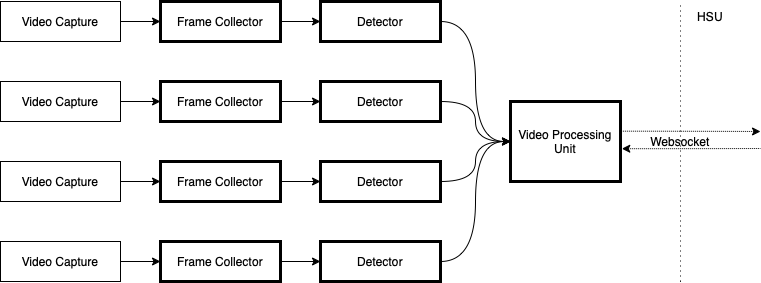
Above: imgs/VPU.png in charles-eyes-ba/video-processing-unit (draw.io), before the change. Source tidied: cells renumbered, new cells last; positions are measured from the earlier drawing's top-left corner, leaving out a move shared by most shapes.
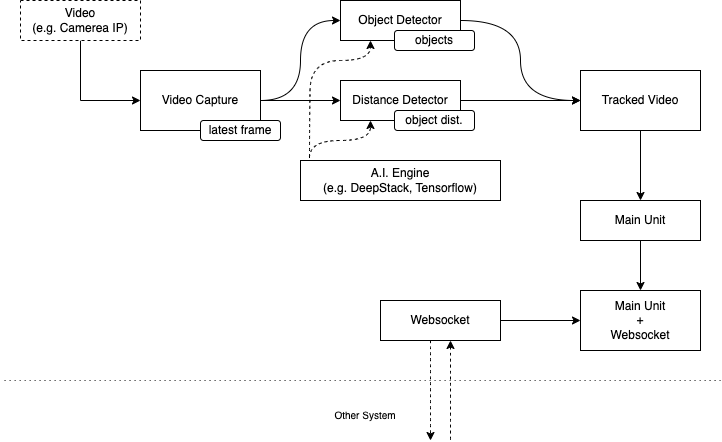
The same diagram one commit later.

Change to the diagram source:
```diff
@@ -2,102 +2,104 @@
   <root>
     <mxCell id="0" />
     <mxCell id="1" parent="0" />
-    <mxCell id="2" style="edgeStyle=orthogonalEdgeStyle;rounded=0;jettySize=auto;html=1;entryX=0;entryY=0.5;entryDx=0;entryDy=0;" parent="1" edge="1" source="3" target="25">
-      <mxGeometry relative="1" as="geometry" />
-    </mxCell>
-    <mxCell id="3" value="Video Capture" style="rounded=0;whiteSpace=wrap;html=1;" parent="1" vertex="1">
-      <mxGeometry width="120" height="40" as="geometry" />
-    </mxCell>
-    <mxCell id="4" style="edgeStyle=orthogonalEdgeStyle;curved=1;rounded=0;jettySize=auto;html=1;entryX=0;entryY=0.5;entryDx=0;entryDy=0;" parent="1" edge="1" source="5" target="20">
-      <mxGeometry relative="1" as="geometry" />
-    </mxCell>
-    <mxCell id="5" value="Detector" style="rounded=0;whiteSpace=wrap;html=1;strokeWidth=3;" parent="1" vertex="1">
-      <mxGeometry x="320" width="120" height="40" as="geometry" />
-    </mxCell>
-    <mxCell id="6" style="edgeStyle=orthogonalEdgeStyle;rounded=0;jettySize=auto;html=1;entryX=0;entryY=0.5;entryDx=0;entryDy=0;" parent="1" edge="1" source="7" target="27">
-      <mxGeometry relative="1" as="geometry" />
-    </mxCell>
-    <mxCell id="7" value="Video Capture" style="rounded=0;whiteSpace=wrap;html=1;" parent="1" vertex="1">
-      <mxGeometry y="80" width="120" height="40" as="geometry" />
-    </mxCell>
-    <mxCell id="8" style="edgeStyle=orthogonalEdgeStyle;curved=1;rounded=0;jettySize=auto;html=1;entryX=0;entryY=0.5;entryDx=0;entryDy=0;" parent="1" edge="1" source="9" target="20">
-      <mxGeometry relative="1" as="geometry" />
-    </mxCell>
-    <mxCell id="9" value="Detector" style="rounded=0;whiteSpace=wrap;html=1;strokeWidth=3;" parent="1" vertex="1">
-      <mxGeometry x="320" y="80" width="120" height="40" as="geometry" />
-    </mxCell>
-    <mxCell id="10" style="edgeStyle=orthogonalEdgeStyle;rounded=0;jettySize=auto;html=1;entryX=0;entryY=0.5;entryDx=0;entryDy=0;" parent="1" edge="1" source="11" target="31">
-      <mxGeometry relative="1" as="geometry" />
-    </mxCell>
-    <mxCell id="11" value="Video Capture" style="rounded=0;whiteSpace=wrap;html=1;" parent="1" vertex="1">
-      <mxGeometry y="160" width="120" height="40" as="geometry" />
-    </mxCell>
-    <mxCell id="12" style="edgeStyle=orthogonalEdgeStyle;curved=1;rounded=0;jettySize=auto;html=1;entryX=0;entryY=0.5;entryDx=0;entryDy=0;" parent="1" edge="1" source="13" target="20">
-      <mxGeometry relative="1" as="geometry" />
-    </mxCell>
-    <mxCell id="13" value="Detector" style="rounded=0;whiteSpace=wrap;html=1;strokeWidth=3;" parent="1" vertex="1">
-      <mxGeometry x="320" y="160" width="120" height="40" as="geometry" />
-    </mxCell>
-    <mxCell id="14" style="edgeStyle=orthogonalEdgeStyle;rounded=0;jettySize=auto;html=1;entryX=0;entryY=0.5;entryDx=0;entryDy=0;" parent="1" edge="1" source="15" target="29">
-      <mxGeometry relative="1" as="geometry" />
-    </mxCell>
-    <mxCell id="15" value="Video Capture" style="rounded=0;whiteSpace=wrap;html=1;" parent="1" vertex="1">
-      <mxGeometry y="240" width="120" height="40" as="geometry" />
-    </mxCell>
-    <mxCell id="16" style="edgeStyle=orthogonalEdgeStyle;curved=1;rounded=0;jettySize=auto;html=1;entryX=0;entryY=0.5;entryDx=0;entryDy=0;" parent="1" edge="1" source="17" target="20">
-      <mxGeometry relative="1" as="geometry" />
-    </mxCell>
-    <mxCell id="17" value="Detector" style="rounded=0;whiteSpace=wrap;html=1;strokeWidth=3;" parent="1" vertex="1">
-      <mxGeometry x="320" y="240" width="120" height="40" as="geometry" />
-    </mxCell>
-    <mxCell id="18" style="edgeStyle=orthogonalEdgeStyle;curved=1;rounded=0;jettySize=auto;html=1;exitX=1.003;exitY=0.371;exitDx=0;exitDy=0;exitPerimeter=0;dashed=1;dashPattern=1 1;" parent="1" edge="1" source="20">
-      <mxGeometry relative="1" as="geometry">
-        <mxPoint x="760" y="130" as="targetPoint" />
-      </mxGeometry>
-    </mxCell>
-    <mxCell id="19" style="edgeStyle=orthogonalEdgeStyle;curved=1;rounded=0;jettySize=auto;html=1;exitX=1.012;exitY=0.59;exitDx=0;exitDy=0;exitPerimeter=0;endArrow=none;endFill=0;startArrow=classic;startFill=1;dashed=1;dashPattern=1 1;" parent="1" edge="1" source="20">
-      <mxGeometry relative="1" as="geometry">
-        <mxPoint x="760" y="147" as="targetPoint" />
-      </mxGeometry>
-    </mxCell>
-    <mxCell id="20" value="Video Processing Unit" style="rounded=0;whiteSpace=wrap;html=1;strokeWidth=3;" parent="1" vertex="1">
-      <mxGeometry x="510" y="100" width="110" height="80" as="geometry" />
-    </mxCell>
-    <mxCell id="21" style="endArrow=none;dashed=1;html=1;rounded=0;curved=1;dashPattern=1 4;" parent="1" edge="1">
-      <mxGeometry relative="1" as="geometry">
-        <mxPoint x="680" y="280" as="sourcePoint" />
-        <mxPoint x="680" as="targetPoint" />
-      </mxGeometry>
-    </mxCell>
-    <mxCell id="22" value="HSU" style="text;html=1;strokeColor=none;fillColor=none;align=center;verticalAlign=middle;whiteSpace=wrap;rounded=0;" parent="1" vertex="1">
-      <mxGeometry x="680" width="60" height="30" as="geometry" />
-    </mxCell>
+    <mxCell id="32" style="edgeStyle=orthogonalEdgeStyle;rounded=0;jettySize=auto;html=1;entryX=0;entryY=0.5;entryDx=0;entryDy=0;exitX=0.5;exitY=1;exitDx=0;exitDy=0;" parent="1" edge="1" source="33" target="36">
+      <mxGeometry relative="1" as="geometry" />
+    </mxCell>
+    <mxCell id="33" value="Video&lt;br&gt;(e.g. Camerea IP)" style="rounded=0;whiteSpace=wrap;html=1;dashed=1;" parent="1" vertex="1">
+      <mxGeometry x="290" y="-167.5" width="120" height="40" as="geometry" />
+    </mxCell>
+    <mxCell id="34" style="edgeStyle=orthogonalEdgeStyle;rounded=0;jettySize=auto;html=1;entryX=0;entryY=0.5;entryDx=0;entryDy=0;curved=1;" parent="1" edge="1" source="36" target="39">
+      <mxGeometry relative="1" as="geometry" />
+    </mxCell>
+    <mxCell id="35" style="edgeStyle=orthogonalEdgeStyle;curved=1;rounded=0;jettySize=auto;html=1;entryX=0;entryY=0.5;entryDx=0;entryDy=0;" parent="1" edge="1" source="36" target="41">
+      <mxGeometry relative="1" as="geometry" />
+    </mxCell>
+    <mxCell id="36" value="Video Capture" style="rounded=0;whiteSpace=wrap;html=1;" parent="1" vertex="1">
+      <mxGeometry x="410" y="-97.5" width="120" height="60" as="geometry" />
+    </mxCell>
+    <mxCell id="37" value="latest frame" style="rounded=1;whiteSpace=wrap;html=1;" parent="1" vertex="1">
+      <mxGeometry x="470" y="-47.5" width="80" height="20" as="geometry" />
+    </mxCell>
+    <mxCell id="38" style="edgeStyle=orthogonalEdgeStyle;curved=1;rounded=0;jettySize=auto;html=1;entryX=0;entryY=0.5;entryDx=0;entryDy=0;" parent="1" edge="1" source="39" target="43">
+      <mxGeometry relative="1" as="geometry" />
+    </mxCell>
+    <mxCell id="39" value="Object Detector" style="rounded=0;whiteSpace=wrap;html=1;" parent="1" vertex="1">
+      <mxGeometry x="610" y="-167.5" width="120" height="40" as="geometry" />
+    </mxCell>
+    <mxCell id="40" style="edgeStyle=orthogonalEdgeStyle;curved=1;rounded=0;jettySize=auto;html=1;entryX=0;entryY=0.5;entryDx=0;entryDy=0;" parent="1" edge="1" source="41" target="43">
+      <mxGeometry relative="1" as="geometry" />
+    </mxCell>
+    <mxCell id="41" value="Distance Detector" style="rounded=0;whiteSpace=wrap;html=1;" parent="1" vertex="1">
+      <mxGeometry x="610" y="-87.5" width="120" height="40" as="geometry" />
+    </mxCell>
+    <mxCell id="42" style="edgeStyle=orthogonalEdgeStyle;curved=1;rounded=0;jettySize=auto;html=1;entryX=0.5;entryY=0;entryDx=0;entryDy=0;" parent="1" edge="1" source="43" target="50">
+      <mxGeometry relative="1" as="geometry" />
+    </mxCell>
+    <mxCell id="43" value="Tracked Video" style="rounded=0;whiteSpace=wrap;html=1;" parent="1" vertex="1">
+      <mxGeometry x="850" y="-97.5" width="120" height="60" as="geometry" />
+    </mxCell>
+    <mxCell id="44" style="edgeStyle=orthogonalEdgeStyle;curved=1;rounded=0;jettySize=auto;html=1;entryX=0.25;entryY=1;entryDx=0;entryDy=0;exitX=0.045;exitY=-0.062;exitDx=0;exitDy=0;exitPerimeter=0;dashed=1;" parent="1" edge="1" source="46" target="41">
+      <mxGeometry relative="1" as="geometry" />
+    </mxCell>
+    <mxCell id="45" style="edgeStyle=orthogonalEdgeStyle;curved=1;rounded=0;jettySize=auto;html=1;entryX=0.25;entryY=1;entryDx=0;entryDy=0;exitX=0.045;exitY=-0.081;exitDx=0;exitDy=0;exitPerimeter=0;dashed=1;" parent="1" edge="1" source="46" target="39">
+      <mxGeometry relative="1" as="geometry">
+        <Array as="points">
+          <mxPoint x="579" y="-47.5" />
+          <mxPoint x="580" y="-47.5" />
+          <mxPoint x="580" y="-107.5" />
+          <mxPoint x="640" y="-107.5" />
+        </Array>
+      </mxGeometry>
+    </mxCell>
+    <mxCell id="46" value="A.I. Engine&lt;br&gt;(e.g. DeepStack, Tensorflow)" style="rounded=0;whiteSpace=wrap;html=1;" parent="1" vertex="1">
+      <mxGeometry x="570" y="-7.5" width="200" height="40" as="geometry" />
+    </mxCell>
+    <mxCell id="47" value="objects" style="rounded=1;whiteSpace=wrap;html=1;" parent="1" vertex="1">
+      <mxGeometry x="664" y="-137.5" width="80" height="20" as="geometry" />
+    </mxCell>
+    <mxCell id="48" value="object dist." style="rounded=1;whiteSpace=wrap;html=1;" parent="1" vertex="1">
+      <mxGeometry x="664" y="-57.5" width="80" height="20" as="geometry" />
+    </mxCell>
+    <mxCell id="49" style="edgeStyle=orthogonalEdgeStyle;curved=1;rounded=0;jettySize=auto;html=1;entryX=0.5;entryY=0;entryDx=0;entryDy=0;" parent="1" edge="1" source="50" target="51">
+      <mxGeometry relative="1" as="geometry" />
+    </mxCell>
+    <mxCell id="50" value="Main Unit" style="rounded=0;whiteSpace=wrap;html=1;" parent="1" vertex="1">
+      <mxGeometry x="850" y="32.5" width="120" height="40" as="geometry" />
+    </mxCell>
+    <mxCell id="51" value="Main Unit&lt;br&gt;+&lt;br&gt;Websocket" style="rounded=0;whiteSpace=wrap;html=1;" parent="1" vertex="1">
+      <mxGeometry x="850" y="122.5" width="120" height="60" as="geometry" />
+    </mxCell>
+    <mxCell id="52" style="edgeStyle=orthogonalEdgeStyle;curved=1;rounded=0;jettySize=auto;html=1;entryX=0;entryY=0.5;entryDx=0;entryDy=0;" parent="1" edge="1" source="23" target="51">
+      <mxGeometry relative="1" as="geometry" />
+    </mxCell>
+    <mxCell id="53" style="edgeStyle=orthogonalEdgeStyle;curved=1;rounded=0;jettySize=auto;html=1;fontSize=10;dashed=1;" parent="1" edge="1" source="23">
+      <mxGeometry relative="1" as="geometry">
+        <mxPoint x="700" y="272.5" as="targetPoint" />
+        <Array as="points">
+          <mxPoint x="700" y="272.5" />
+        </Array>
+      </mxGeometry>
+    </mxCell>
-    <mxCell id="23" value="Websocket" style="text;html=1;strokeColor=none;fillColor=none;align=center;verticalAlign=middle;whiteSpace=wrap;rounded=0;fontSize=12;" parent="1" vertex="1">
-      <mxGeometry x="650" y="132.5" width="60" height="15" as="geometry" />
+    <mxCell id="23" value="Websocket" style="rounded=0;whiteSpace=wrap;html=1;" parent="1" vertex="1">
+      <mxGeometry x="650" y="132.5" width="120" height="40" as="geometry" />
     </mxCell>
-    <mxCell id="24" style="edgeStyle=orthogonalEdgeStyle;rounded=0;jettySize=auto;html=1;entryX=0;entryY=0.5;entryDx=0;entryDy=0;" parent="1" edge="1" source="25" target="5">
-      <mxGeometry relative="1" as="geometry" />
-    </mxCell>
-    <mxCell id="25" value="Frame Collector" style="rounded=0;whiteSpace=wrap;html=1;strokeWidth=3;" parent="1" vertex="1">
-      <mxGeometry x="160" width="120" height="40" as="geometry" />
-    </mxCell>
-    <mxCell id="26" style="edgeStyle=orthogonalEdgeStyle;rounded=0;jettySize=auto;html=1;entryX=0;entryY=0.5;entryDx=0;entryDy=0;" parent="1" edge="1" source="27" target="9">
-      <mxGeometry relative="1" as="geometry" />
-    </mxCell>
-    <mxCell id="27" value="Frame Collector" style="rounded=0;whiteSpace=wrap;html=1;strokeWidth=3;" parent="1" vertex="1">
-      <mxGeometry x="160" y="80" width="120" height="40" as="geometry" />
-    </mxCell>
-    <mxCell id="28" style="edgeStyle=orthogonalEdgeStyle;rounded=0;jettySize=auto;html=1;entryX=0;entryY=0.5;entryDx=0;entryDy=0;" parent="1" edge="1" source="29" target="17">
-      <mxGeometry relative="1" as="geometry" />
-    </mxCell>
-    <mxCell id="29" value="Frame Collector" style="rounded=0;whiteSpace=wrap;html=1;strokeWidth=3;" parent="1" vertex="1">
-      <mxGeometry x="160" y="240" width="120" height="40" as="geometry" />
-    </mxCell>
-    <mxCell id="30" style="edgeStyle=orthogonalEdgeStyle;rounded=0;jettySize=auto;html=1;entryX=0;entryY=0.5;entryDx=0;entryDy=0;" parent="1" edge="1" source="31" target="13">
-      <mxGeometry relative="1" as="geometry" />
-    </mxCell>
-    <mxCell id="31" value="Frame Collector" style="rounded=0;whiteSpace=wrap;html=1;strokeWidth=3;" parent="1" vertex="1">
-      <mxGeometry x="160" y="160" width="120" height="40" as="geometry" />
-    </mxCell>
+    <mxCell id="54" style="endArrow=none;dashed=1;html=1;rounded=0;curved=1;dashPattern=1 4;" parent="1" edge="1">
+      <mxGeometry relative="1" as="geometry">
+        <mxPoint x="990" y="212.5" as="sourcePoint" />
+        <mxPoint x="270" y="212.5" as="targetPoint" />
+      </mxGeometry>
+    </mxCell>
+    <mxCell id="55" value="&lt;font style=&quot;font-size: 10px;&quot;&gt;Other System&lt;/font&gt;" style="text;html=1;strokeColor=none;fillColor=none;align=center;verticalAlign=middle;whiteSpace=wrap;rounded=0;" parent="1" vertex="1">
+      <mxGeometry x="590" y="232.5" width="90" height="30" as="geometry" />
+    </mxCell>
+    <mxCell id="56" style="edgeStyle=orthogonalEdgeStyle;curved=1;rounded=0;orthogonalLoop=1;jettySize=auto;html=1;fontSize=10;startArrow=classic;startFill=1;endArrow=none;endFill=0;dashed=1;" parent="1" edge="1">
+      <mxGeometry relative="1" as="geometry">
+        <mxPoint x="720" y="172.5" as="sourcePoint" />
+        <mxPoint x="720" y="272.5" as="targetPoint" />
+        <Array as="points">
+          <mxPoint x="720" y="272.5" />
+        </Array>
+      </mxGeometry>
+    </mxCell>
   </root>
 </mxGraphModel>
```
